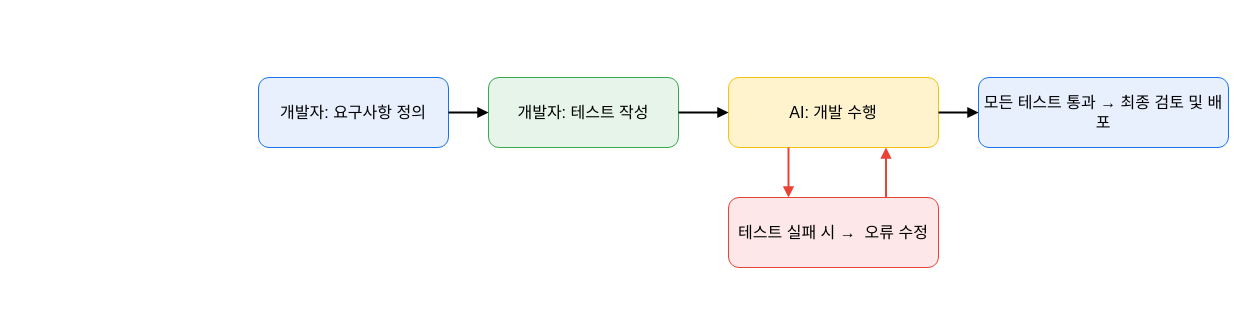
The draw.io diagram secuiry/diagrams/vibe-coding-flow.drawio in Hands-On-Vibe-Coding/hands-on-vibecoding-slides, before the edit. Source tidied: cells renumbered, new cells numbered last; positions are measured from the earlier drawing's top-left corner, leaving out a move shared by most shapes. Both pictures are drawn from the tidied source at 100%, with x=0, y=0 at pixel (258, 77).
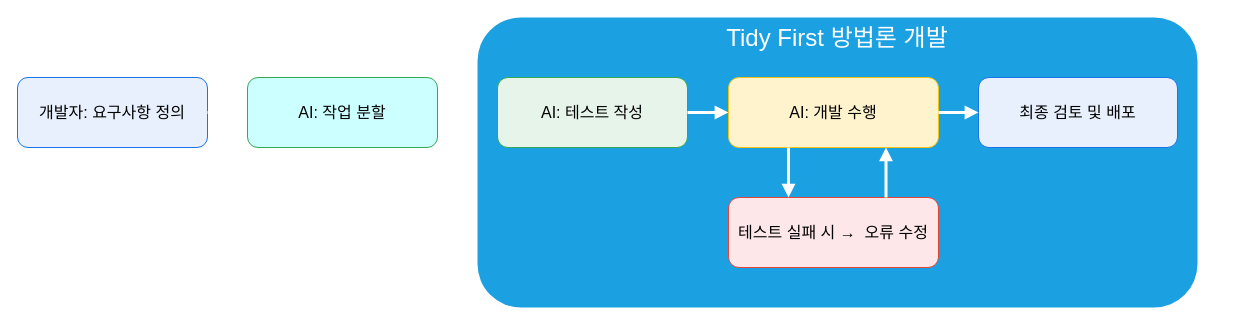
The same diagram, later.

Diff of the diagram source:
```diff
@@
 <mxGraphModel>
   <root>
     <mxCell id="0" />
     <mxCell id="1" parent="0" />
+    <mxCell id="12" value="&lt;font style=&quot;font-size: 24px;&quot;&gt;Tidy First 방법론 개발&lt;/font&gt;" style="rounded=1;whiteSpace=wrap;html=1;fillColor=#1ba1e2;strokeWidth=5;verticalAlign=top;labelBorderColor=none;fontColor=#ffffff;strokeColor=none;" parent="1" vertex="1">
+      <mxGeometry x="219" y="-60" width="720" height="290" as="geometry" />
+    </mxCell>
     <mxCell id="2" value="개발자: 요구사항 정의" style="rounded=1;whiteSpace=wrap;html=1;fillColor=#e8f0fe;strokeColor=#1a73e8;fontSize=16;align=center;fontColor=#000000;" parent="1" vertex="1">
-      <mxGeometry width="190" height="70" as="geometry" />
+      <mxGeometry x="-241" width="190" height="70" as="geometry" />
     </mxCell>
-    <mxCell id="3" value="개발자: 테스트 작성" style="rounded=1;whiteSpace=wrap;html=1;fillColor=#e6f4ea;strokeColor=#34a853;fontSize=16;align=center;fontColor=#000000;" parent="1" vertex="1">
-      <mxGeometry x="230" width="190" height="70" as="geometry" />
+    <mxCell id="3" value="AI: 테스트 작성" style="rounded=1;whiteSpace=wrap;html=1;fillColor=#e6f4ea;strokeColor=#34a853;fontSize=16;align=center;fontColor=#000000;" parent="1" vertex="1">
+      <mxGeometry x="239" width="190" height="70" as="geometry" />
     </mxCell>
     <mxCell id="4" value="AI: 개발 수행" style="rounded=1;whiteSpace=wrap;html=1;fillColor=#fff3cd;strokeColor=#f4c20d;fontSize=16;align=center;fontColor=#000000;" parent="1" vertex="1">
       <mxGeometry x="470" width="210" height="70" as="geometry" />
     </mxCell>
     <mxCell id="5" value="테스트 실패 시 →&amp;nbsp;&amp;nbsp;오류 수정" style="rounded=1;whiteSpace=wrap;html=1;fillColor=#fde7e9;strokeColor=#ea4335;fontSize=16;align=center;fontColor=#000000;" parent="1" vertex="1">
       <mxGeometry x="470" y="120" width="210" height="70" as="geometry" />
     </mxCell>
-    <mxCell id="6" value="모든 테스트 통과 → 최종 검토 및 배포" style="rounded=1;whiteSpace=wrap;html=1;fillColor=#e8f0fe;strokeColor=#1a73e8;fontSize=16;align=center;fontColor=#000000;" parent="1" vertex="1">
-      <mxGeometry x="720" width="250" height="70" as="geometry" />
+    <mxCell id="6" value="최종 검토 및 배포" style="rounded=1;whiteSpace=wrap;html=1;fillColor=#e8f0fe;strokeColor=#1a73e8;fontSize=16;align=center;fontColor=#000000;" parent="1" vertex="1">
+      <mxGeometry x="720" width="199" height="70" as="geometry" />
     </mxCell>
-    <mxCell id="7" style="edgeStyle=orthogonalEdgeStyle;rounded=0;jettySize=auto;html=1;endArrow=block;endFill=1;strokeWidth=2;fontColor=#000000;" parent="1" edge="1" source="2" target="3">
+    <mxCell id="7" style="edgeStyle=orthogonalEdgeStyle;rounded=0;jettySize=auto;html=1;endArrow=block;endFill=1;strokeWidth=3;fontColor=#000000;entryX=0;entryY=0.5;entryDx=0;entryDy=0;strokeColor=#FFFFFF;" parent="1" edge="1" source="2" target="14">
       <mxGeometry relative="1" as="geometry" />
     </mxCell>
-    <mxCell id="8" style="edgeStyle=orthogonalEdgeStyle;rounded=0;jettySize=auto;html=1;endArrow=block;endFill=1;strokeWidth=2;fontColor=#000000;" parent="1" edge="1" source="3" target="4">
+    <mxCell id="8" style="edgeStyle=orthogonalEdgeStyle;rounded=0;jettySize=auto;html=1;endArrow=block;endFill=1;strokeWidth=3;fontColor=#000000;strokeColor=#FFFFFF;" parent="1" edge="1" source="3" target="4">
       <mxGeometry relative="1" as="geometry" />
     </mxCell>
-    <mxCell id="9" style="edgeStyle=orthogonalEdgeStyle;rounded=0;jettySize=auto;html=1;endArrow=block;endFill=1;strokeWidth=2;fontColor=#000000;" parent="1" edge="1" source="4" target="6">
+    <mxCell id="9" style="edgeStyle=orthogonalEdgeStyle;rounded=0;jettySize=auto;html=1;endArrow=block;endFill=1;strokeWidth=3;fontColor=#000000;strokeColor=#FFFFFF;" parent="1" edge="1" source="4" target="6">
       <mxGeometry relative="1" as="geometry" />
     </mxCell>
-    <mxCell id="10" style="edgeStyle=orthogonalEdgeStyle;rounded=0;jettySize=auto;html=1;endArrow=block;endFill=1;strokeDasharray=4 4;strokeColor=#ea4335;strokeWidth=2;fontColor=#000000;" parent="1" edge="1" source="4" target="5">
+    <mxCell id="10" style="edgeStyle=orthogonalEdgeStyle;rounded=0;jettySize=auto;html=1;endArrow=block;endFill=1;strokeDasharray=4 4;strokeColor=#FFFFFF;strokeWidth=3;fontColor=#000000;" parent="1" edge="1" source="4" target="5">
       <mxGeometry relative="1" as="geometry">
         <Array as="points">
           <mxPoint x="530" y="90" />
           <mxPoint x="530" y="90" />
         </Array>
       </mxGeometry>
     </mxCell>
-    <mxCell id="11" style="edgeStyle=orthogonalEdgeStyle;rounded=0;jettySize=auto;html=1;endArrow=block;endFill=1;strokeDasharray=4 4;strokeColor=#ea4335;strokeWidth=2;fontColor=#000000;entryX=0.75;entryY=1;entryDx=0;entryDy=0;" parent="1" edge="1" source="5" target="4">
+    <mxCell id="11" style="edgeStyle=orthogonalEdgeStyle;rounded=0;jettySize=auto;html=1;endArrow=block;endFill=1;strokeDasharray=4 4;strokeColor=#FFFFFF;strokeWidth=3;fontColor=#000000;entryX=0.75;entryY=1;entryDx=0;entryDy=0;" parent="1" edge="1" source="5" target="4">
       <mxGeometry relative="1" as="geometry">
         <Array as="points">
           <mxPoint x="590" y="170" />
           <mxPoint x="590" y="170" />
         </Array>
       </mxGeometry>
     </mxCell>
+    <mxCell id="13" style="edgeStyle=none;html=1;strokeWidth=3;endArrow=block;endFill=1;strokeColor=#FFFFFF;entryX=0;entryY=0.328;entryDx=0;entryDy=0;entryPerimeter=0;" parent="1" edge="1" source="14" target="12">
+      <mxGeometry relative="1" as="geometry" />
+    </mxCell>
+    <mxCell id="14" value="AI: 작업 분할" style="rounded=1;whiteSpace=wrap;html=1;fillColor=#CCFFFF;strokeColor=#34a853;fontSize=16;align=center;fontColor=#000000;" parent="1" vertex="1">
+      <mxGeometry x="-11" width="190" height="70" as="geometry" />
+    </mxCell>
   </root>
 </mxGraphModel>
```
